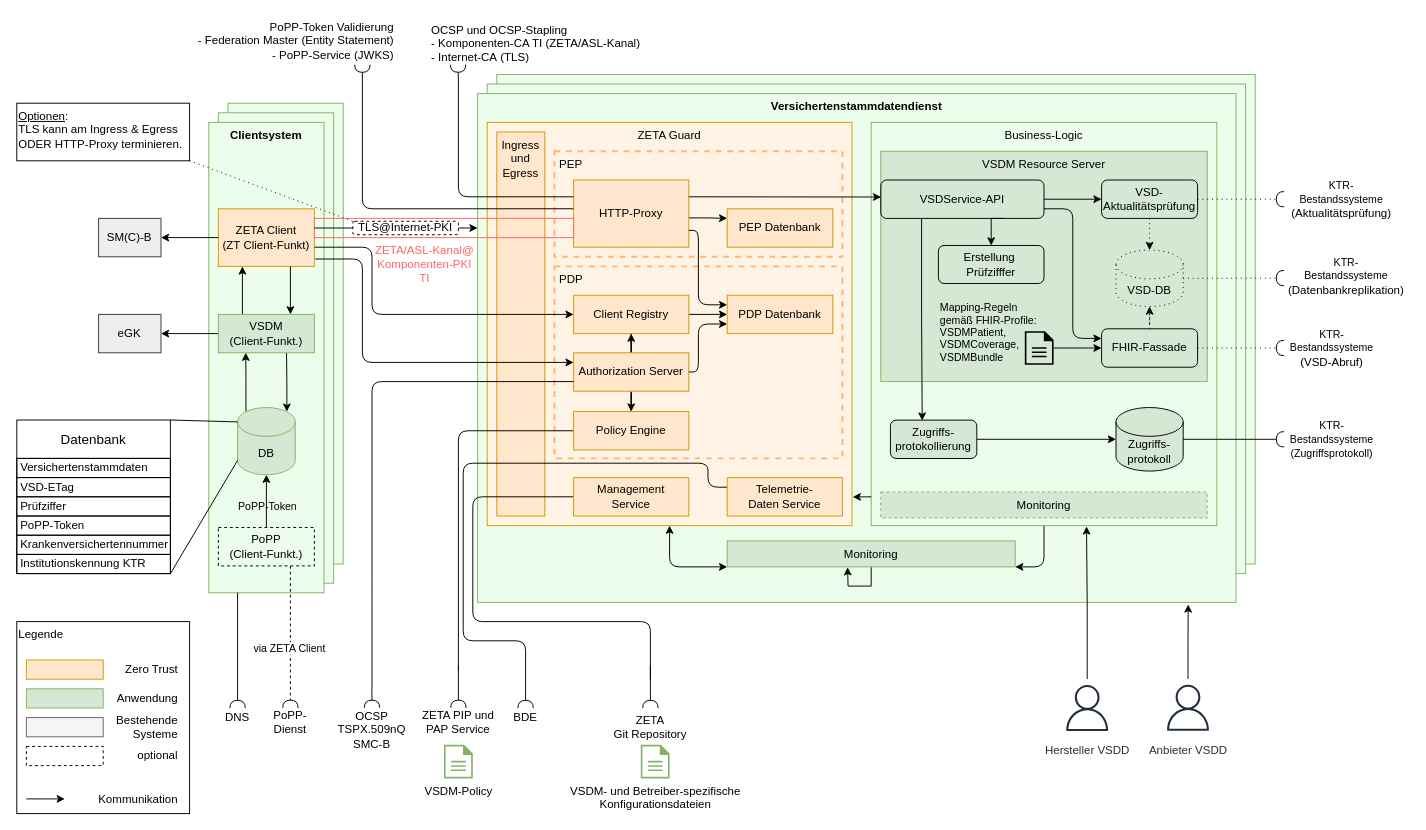
Above: src/drawio/Systemueberblick_VSDM2.drawio in gematik/spec-VSDM2 (draw.io), before the change. Source tidied: cells renumbered, new cells numbered last; positions are measured from the earlier drawing's top-left corner, leaving out a move shared by most shapes. Both pictures are drawn from the tidied source at 96%, with x=0, y=0 at pixel (16, 16).
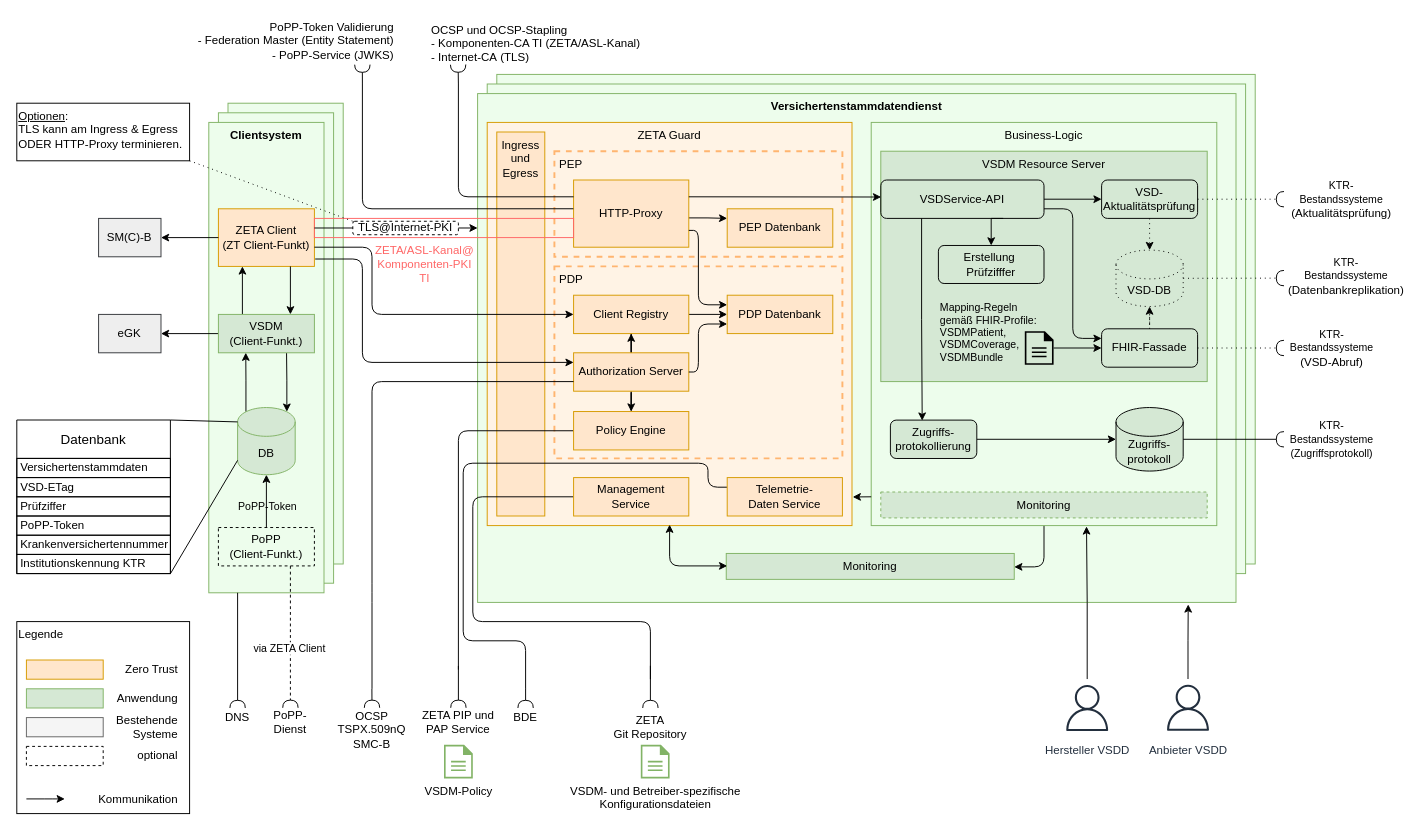
Above is the later version.

Unchanged cells that the change refers to:
```xml
<mxCell id="6" value="Business-Logic" style="rounded=0;whiteSpace=wrap;html=1;fillColor=#edfdec;strokeColor=#82b366;align=center;verticalAlign=top;" parent="1" vertex="1">
  <mxGeometry x="890" y="110" width="360" height="420" as="geometry" />
</mxCell>
<mxCell id="10" value="ZETA Guard" style="rounded=0;whiteSpace=wrap;html=1;align=center;verticalAlign=top;fillColor=#fff3e5;strokeColor=#d79b00;" parent="1" vertex="1">
  <mxGeometry x="490" y="110" width="380" height="420" as="geometry" />
</mxCell>
```

What changed in the source:
```diff
@@
-    <mxCell id="5" style="edgeStyle=orthogonalEdgeStyle;rounded=1;jettySize=auto;html=1;entryX=1;entryY=1;entryDx=0;entryDy=0;exitX=0.5;exitY=1;exitDx=0;exitDy=0;curved=0;" parent="1" edge="1" source="6" target="25">
+    <mxCell id="5" style="edgeStyle=orthogonalEdgeStyle;rounded=1;orthogonalLoop=1;jettySize=auto;html=1;entryX=1;entryY=1;entryDx=0;entryDy=0;exitX=0.5;exitY=1;exitDx=0;exitDy=0;curved=0;" parent="1" edge="1">
       <mxGeometry relative="1" as="geometry">
+        <mxPoint x="1070" y="517" as="sourcePoint" />
+        <mxPoint x="1039" y="573" as="targetPoint" />
         <Array as="points">
           <mxPoint x="1070" y="573" />
         </Array>
       </mxGeometry>
     </mxCell>
@@
-    <mxCell id="24" style="edgeStyle=orthogonalEdgeStyle;rounded=0;jettySize=auto;html=1;entryX=0.418;entryY=0.014;entryDx=0;entryDy=0;entryPerimeter=0;" parent="1" edge="1" source="25">
-      <mxGeometry relative="1" as="geometry">
-        <mxPoint x="865.4" y="573.4" as="targetPoint" />
-      </mxGeometry>
-    </mxCell>
     <mxCell id="25" value="&lt;div&gt;Monitoring&lt;/div&gt;" style="rounded=0;whiteSpace=wrap;html=1;fillColor=#d5e8d4;strokeColor=#82b366;" parent="1" vertex="1">
-      <mxGeometry x="740" y="546" width="300" height="27" as="geometry" />
+      <mxGeometry x="739" y="559" width="300" height="27" as="geometry" />
     </mxCell>
@@
-    <mxCell id="28" style="edgeStyle=orthogonalEdgeStyle;rounded=1;jettySize=auto;html=1;entryX=0.5;entryY=1;entryDx=0;entryDy=0;exitX=0;exitY=0;exitDx=0;exitDy=0;startArrow=classic;startFill=1;curved=0;" parent="1" edge="1" target="10">
+    <mxCell id="28" style="edgeStyle=orthogonalEdgeStyle;rounded=1;orthogonalLoop=1;jettySize=auto;html=1;entryX=0.5;entryY=1;entryDx=0;entryDy=0;exitX=0;exitY=0;exitDx=0;exitDy=0;startArrow=classic;startFill=1;curved=0;" parent="1" edge="1">
       <mxGeometry relative="1" as="geometry">
-        <mxPoint x="740" y="573" as="sourcePoint" />
+        <mxPoint x="740" y="572" as="sourcePoint" />
+        <mxPoint x="680" y="529" as="targetPoint" />
         <Array as="points">
-          <mxPoint x="680" y="573" />
+          <mxPoint x="680" y="572" />
         </Array>
       </mxGeometry>
     </mxCell>
```
